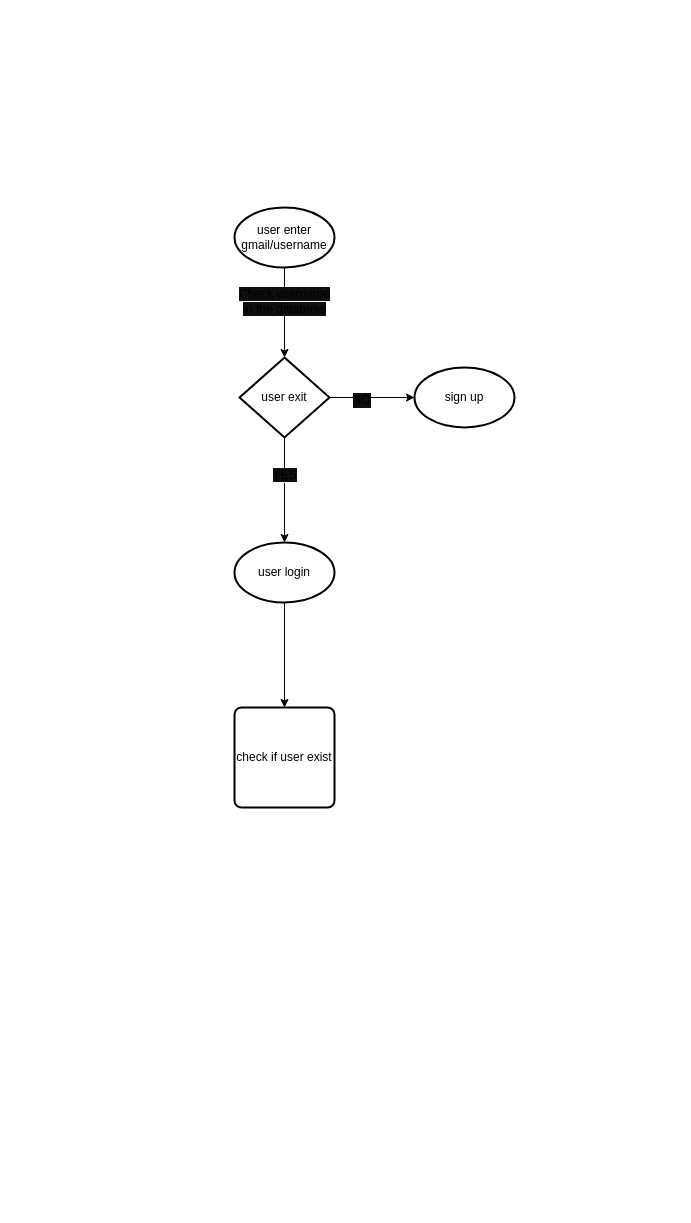
Before: ERD/FlowChart(Webpage).drawio in amritpalsinghap/Online-Data-Managment, a draw.io diagram. Source tidied: cells renumbered, new cells numbered last; positions are measured from the earlier drawing's top-left corner, leaving out a move shared by most shapes. Both pictures are drawn from the tidied source at 100%, with x=0, y=0 at pixel (234, 207).
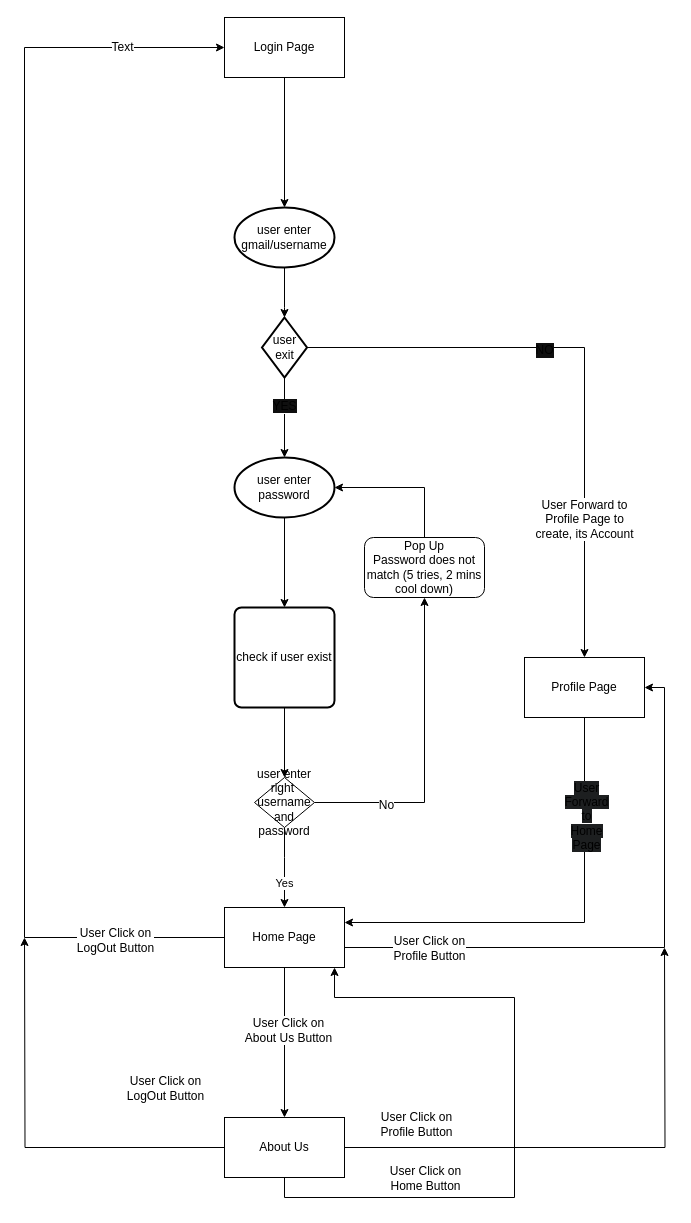
After the change.

The change refers to these unchanged cells:
```xml
<mxCell id="10" style="edgeStyle=orthogonalEdgeStyle;rounded=0;jettySize=auto;html=1;entryX=0.5;entryY=0;entryDx=0;entryDy=0;entryPerimeter=0;" parent="1" edge="1" source="12" target="8">
  <mxGeometry relative="1" as="geometry">
    <Array as="points">
      <mxPoint x="50" y="100" />
      <mxPoint x="50" y="100" />
    </Array>
  </mxGeometry>
</mxCell>
<mxCell id="12" value="user enter gmail/username" style="strokeWidth=2;html=1;shape=mxgraph.flowchart.start_1;whiteSpace=wrap;" parent="1" vertex="1">
  <mxGeometry width="100" height="60" as="geometry" />
</mxCell>
```

What changed in the source:
```diff
@@
-    <mxCell id="3" value="user login" style="strokeWidth=2;html=1;shape=mxgraph.flowchart.start_1;whiteSpace=wrap;" parent="1" vertex="1">
-      <mxGeometry y="335" width="100" height="60" as="geometry" />
+    <mxCell id="3" value="user enter password" style="strokeWidth=2;html=1;shape=mxgraph.flowchart.start_1;whiteSpace=wrap;" parent="1" vertex="1">
+      <mxGeometry y="250" width="100" height="60" as="geometry" />
     </mxCell>
@@
-    <mxCell id="6" style="edgeStyle=orthogonalEdgeStyle;rounded=0;jettySize=auto;html=1;exitX=1;exitY=0.5;exitDx=0;exitDy=0;exitPerimeter=0;entryX=0;entryY=0.5;entryDx=0;entryDy=0;entryPerimeter=0;" parent="1" edge="1" source="8" target="13">
+    <mxCell id="6" style="edgeStyle=orthogonalEdgeStyle;rounded=0;jettySize=auto;html=1;exitX=1;exitY=0.5;exitDx=0;exitDy=0;exitPerimeter=0;entryX=0.5;entryY=0;entryDx=0;entryDy=0;" parent="1" edge="1" source="8" target="34">
       <mxGeometry relative="1" as="geometry">
         <Array as="points">
-          <mxPoint x="130" y="190" />
-          <mxPoint x="130" y="190" />
+          <mxPoint x="350" y="140" />
         </Array>
       </mxGeometry>
     </mxCell>
@@
+    <mxCell id="14" value="User Forward to &lt;br&gt;Profile Page to &lt;br&gt;create, its Account" style="text;html=1;align=center;verticalAlign=middle;labelBackgroundColor=#ffffff;" parent="6" vertex="1">
+      <mxGeometry x="0.53" y="-1" relative="1" as="geometry" />
+    </mxCell>
     <mxCell id="8" value="user exit" style="strokeWidth=2;html=1;shape=mxgraph.flowchart.decision;whiteSpace=wrap;" parent="1" vertex="1">
-      <mxGeometry x="5" y="150" width="90" height="80" as="geometry" />
+      <mxGeometry x="27.5" y="110" width="45" height="60" as="geometry" />
     </mxCell>
+    <mxCell id="15" style="edgeStyle=orthogonalEdgeStyle;rounded=0;jettySize=auto;html=1;entryX=0.5;entryY=0;entryDx=0;entryDy=0;" parent="1" edge="1" source="9" target="19">
+      <mxGeometry relative="1" as="geometry" />
+    </mxCell>
     <mxCell id="9" value="check if user exist" style="rounded=1;whiteSpace=wrap;html=1;absoluteArcSize=1;arcSize=14;strokeWidth=2;" parent="1" vertex="1">
-      <mxGeometry y="500" width="100" height="100" as="geometry" />
+      <mxGeometry y="400" width="100" height="100" as="geometry" />
     </mxCell>
@@
-    <mxCell id="11" value="&lt;span style=&quot;background-color: rgb(15 , 15 , 15)&quot;&gt;Check username &lt;br&gt;in the database&lt;/span&gt;" style="text;html=1;align=center;verticalAlign=middle;labelBackgroundColor=#ffffff;" parent="10" vertex="1">
-      <mxGeometry x="-0.11" y="-7" relative="1" as="geometry">
-        <mxPoint x="6" y="-7" as="offset" />
-      </mxGeometry>
-    </mxCell>
@@
-    <mxCell id="13" value="sign up" style="strokeWidth=2;html=1;shape=mxgraph.flowchart.start_1;whiteSpace=wrap;" parent="1" vertex="1">
-      <mxGeometry x="180" y="160" width="100" height="60" as="geometry" />
-    </mxCell>
+    <mxCell id="16" style="edgeStyle=orthogonalEdgeStyle;rounded=0;jettySize=auto;html=1;entryX=0.5;entryY=1;entryDx=0;entryDy=0;" parent="1" edge="1" source="19" target="21">
+      <mxGeometry relative="1" as="geometry" />
+    </mxCell>
+    <mxCell id="17" value="No" style="text;html=1;align=center;verticalAlign=middle;labelBackgroundColor=#ffffff;" parent="16" vertex="1">
+      <mxGeometry x="-0.55" y="-2" relative="1" as="geometry" />
+    </mxCell>
+    <mxCell id="18" value="Yes" style="edgeStyle=orthogonalEdgeStyle;rounded=0;jettySize=auto;html=1;" parent="1" edge="1" source="19">
+      <mxGeometry x="0.41" relative="1" as="geometry">
+        <mxPoint x="50" y="700" as="targetPoint" />
+        <Array as="points">
+          <mxPoint x="50" y="650" />
+          <mxPoint x="50" y="650" />
+        </Array>
+      </mxGeometry>
+    </mxCell>
+    <mxCell id="19" value="user enter right&amp;nbsp; username and password" style="rhombus;whiteSpace=wrap;html=1;" parent="1" vertex="1">
+      <mxGeometry x="20" y="570" width="60" height="50" as="geometry" />
+    </mxCell>
+    <mxCell id="20" style="edgeStyle=orthogonalEdgeStyle;rounded=0;jettySize=auto;html=1;entryX=1;entryY=0.5;entryDx=0;entryDy=0;entryPerimeter=0;" parent="1" edge="1" source="21" target="3">
+      <mxGeometry relative="1" as="geometry">
+        <Array as="points">
+          <mxPoint x="190" y="280" />
+        </Array>
+      </mxGeometry>
+    </mxCell>
+    <mxCell id="21" value="Pop Up&lt;br&gt;Password does not match (5 tries, 2 mins cool down)" style="rounded=1;whiteSpace=wrap;html=1;" parent="1" vertex="1">
+      <mxGeometry x="130" y="330" width="120" height="60" as="geometry" />
+    </mxCell>
+    <mxCell id="22" style="edgeStyle=orthogonalEdgeStyle;rounded=0;jettySize=auto;html=1;entryX=1;entryY=0.5;entryDx=0;entryDy=0;" parent="1" edge="1" source="29" target="34">
+      <mxGeometry relative="1" as="geometry">
+        <Array as="points">
+          <mxPoint x="430" y="740" />
+          <mxPoint x="430" y="480" />
+        </Array>
+      </mxGeometry>
+    </mxCell>
+    <mxCell id="23" value="User Click on &lt;br&gt;Profile Button" style="text;html=1;align=center;verticalAlign=middle;labelBackgroundColor=#ffffff;" parent="22" vertex="1">
+      <mxGeometry x="-0.09" y="1" relative="1" as="geometry">
+        <mxPoint x="-189" y="1" as="offset" />
+      </mxGeometry>
+    </mxCell>
+    <mxCell id="24" style="edgeStyle=orthogonalEdgeStyle;rounded=0;jettySize=auto;html=1;entryX=0.5;entryY=0;entryDx=0;entryDy=0;" parent="1" edge="1" source="29" target="38">
+      <mxGeometry relative="1" as="geometry" />
+    </mxCell>
+    <mxCell id="25" value="User Click on &lt;br&gt;About Us Button" style="text;html=1;align=center;verticalAlign=middle;labelBackgroundColor=#ffffff;" parent="24" vertex="1">
+      <mxGeometry x="-0.18" y="3" relative="1" as="geometry" />
+    </mxCell>
+    <mxCell id="26" style="edgeStyle=orthogonalEdgeStyle;rounded=0;jettySize=auto;html=1;entryX=0;entryY=0.5;entryDx=0;entryDy=0;" parent="1" edge="1" source="29" target="31">
+      <mxGeometry relative="1" as="geometry">
+        <Array as="points">
+          <mxPoint x="-210" y="730" />
+          <mxPoint x="-210" y="-160" />
+        </Array>
+      </mxGeometry>
+    </mxCell>
+    <mxCell id="27" value="User Click on &lt;br&gt;LogOut Button" style="text;html=1;align=center;verticalAlign=middle;labelBackgroundColor=#ffffff;" parent="26" vertex="1">
+      <mxGeometry x="0.33" y="2" relative="1" as="geometry">
+        <mxPoint x="92" y="660" as="offset" />
+      </mxGeometry>
+    </mxCell>
+    <mxCell id="28" value="Text" style="text;html=1;align=center;verticalAlign=middle;labelBackgroundColor=#ffffff;" parent="26" vertex="1">
+      <mxGeometry x="0.84" y="1" relative="1" as="geometry" />
+    </mxCell>
+    <mxCell id="29" value="Home Page" style="rounded=0;whiteSpace=wrap;html=1;" parent="1" vertex="1">
+      <mxGeometry x="-10" y="700" width="120" height="60" as="geometry" />
+    </mxCell>
+    <mxCell id="30" style="edgeStyle=orthogonalEdgeStyle;rounded=0;jettySize=auto;html=1;exitX=0.5;exitY=1;exitDx=0;exitDy=0;entryX=0.5;entryY=0;entryDx=0;entryDy=0;entryPerimeter=0;" parent="1" edge="1" source="31" target="12">
+      <mxGeometry relative="1" as="geometry" />
+    </mxCell>
+    <mxCell id="31" value="Login Page" style="rounded=0;whiteSpace=wrap;html=1;" parent="1" vertex="1">
+      <mxGeometry x="-10" y="-190" width="120" height="60" as="geometry" />
+    </mxCell>
+    <mxCell id="32" style="edgeStyle=orthogonalEdgeStyle;rounded=0;jettySize=auto;html=1;entryX=1;entryY=0.25;entryDx=0;entryDy=0;" parent="1" edge="1" source="34" target="29">
+      <mxGeometry relative="1" as="geometry">
+        <Array as="points">
+          <mxPoint x="350" y="715" />
+        </Array>
+      </mxGeometry>
+    </mxCell>
+    <mxCell id="33" value="&lt;span style=&quot;white-space: normal ; background-color: rgb(29 , 31 , 32)&quot;&gt;User Forward to Home Page&lt;/span&gt;" style="text;html=1;align=center;verticalAlign=middle;labelBackgroundColor=#ffffff;" parent="32" vertex="1">
+      <mxGeometry x="-0.56" y="1" relative="1" as="geometry" />
+    </mxCell>
+    <mxCell id="34" value="Profile Page" style="rounded=0;whiteSpace=wrap;html=1;" parent="1" vertex="1">
+      <mxGeometry x="290" y="450" width="120" height="60" as="geometry" />
+    </mxCell>
+    <mxCell id="35" style="edgeStyle=orthogonalEdgeStyle;rounded=0;jettySize=auto;html=1;exitX=0.5;exitY=1;exitDx=0;exitDy=0;entryX=0.917;entryY=1;entryDx=0;entryDy=0;entryPerimeter=0;" parent="1" edge="1" source="38" target="29">
+      <mxGeometry relative="1" as="geometry">
+        <Array as="points">
+          <mxPoint x="50" y="990" />
+          <mxPoint x="280" y="990" />
+          <mxPoint x="280" y="790" />
+          <mxPoint x="100" y="790" />
+        </Array>
+      </mxGeometry>
+    </mxCell>
+    <mxCell id="36" style="edgeStyle=orthogonalEdgeStyle;rounded=0;jettySize=auto;html=1;exitX=0;exitY=0.5;exitDx=0;exitDy=0;" parent="1" edge="1" source="38">
+      <mxGeometry relative="1" as="geometry">
+        <mxPoint x="-210" y="730" as="targetPoint" />
+      </mxGeometry>
+    </mxCell>
+    <mxCell id="37" style="edgeStyle=orthogonalEdgeStyle;rounded=0;jettySize=auto;html=1;exitX=1;exitY=0.5;exitDx=0;exitDy=0;" parent="1" edge="1" source="38">
+      <mxGeometry relative="1" as="geometry">
+        <mxPoint x="430" y="740" as="targetPoint" />
+      </mxGeometry>
+    </mxCell>
+    <mxCell id="38" value="About Us" style="rounded=0;whiteSpace=wrap;html=1;" parent="1" vertex="1">
+      <mxGeometry x="-10" y="910" width="120" height="60" as="geometry" />
+    </mxCell>
+    <mxCell id="39" value="User Click on &lt;br&gt;LogOut Button" style="text;html=1;align=center;verticalAlign=middle;labelBackgroundColor=#ffffff;" parent="1" vertex="1">
+      <mxGeometry x="0.33" y="2" relative="1" as="geometry">
+        <mxPoint x="-70" y="880" as="offset" />
+      </mxGeometry>
+    </mxCell>
+    <mxCell id="40" value="User Click on &lt;br&gt;Profile Button" style="text;html=1;align=center;verticalAlign=middle;labelBackgroundColor=#ffffff;" parent="1" vertex="1">
+      <mxGeometry x="-0.09" y="1" relative="1" as="geometry">
+        <mxPoint x="181.5" y="916.5" as="offset" />
+      </mxGeometry>
+    </mxCell>
+    <mxCell id="41" value="User Click on &lt;br&gt;Home Button" style="text;html=1;align=center;verticalAlign=middle;labelBackgroundColor=#ffffff;" parent="1" vertex="1">
+      <mxGeometry x="-0.09" y="1" relative="1" as="geometry">
+        <mxPoint x="190" y="970" as="offset" />
+      </mxGeometry>
+    </mxCell>
```
